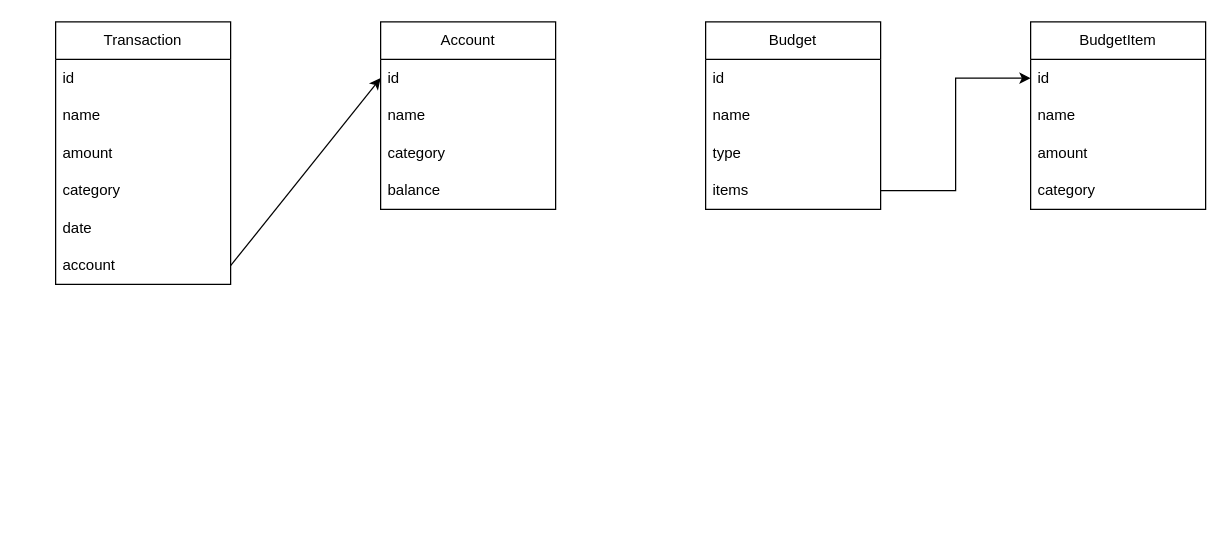
The draw.io diagram page "Modèle" (2 of 3) of doc/architecture.drawio in Sydher/FinanciCraft, before the edit. Source tidied: cells renumbered, new cells numbered last; positions are measured from the earlier drawing's top-left corner, leaving out a move shared by most shapes. Both pictures are drawn from the tidied source at 125%, with x=0, y=0 at pixel (55, 21).
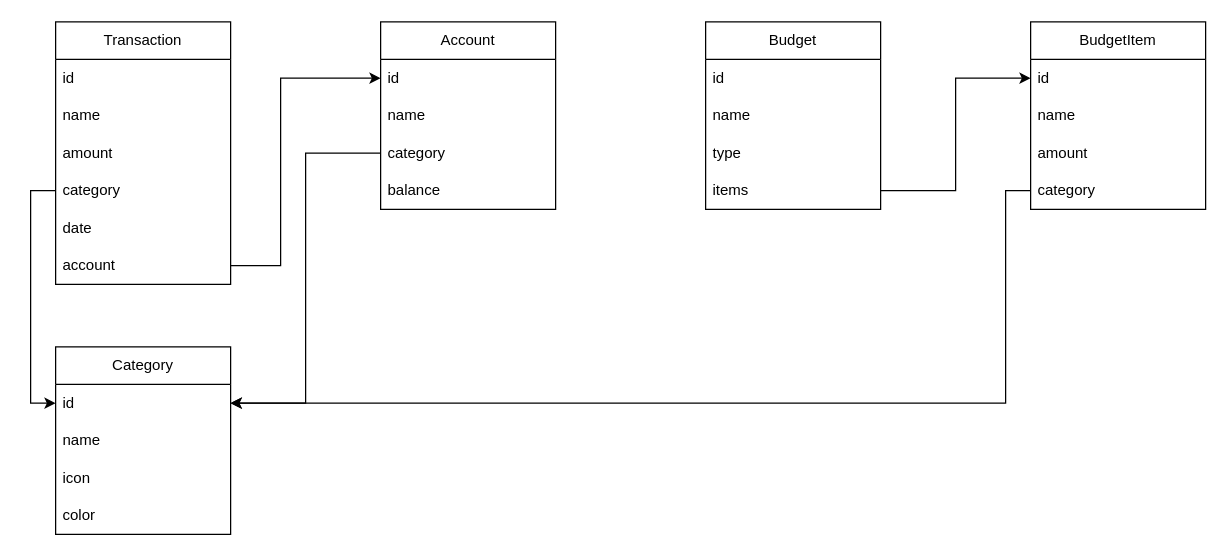
Above is the later version.

The change refers to these unchanged cells:
```xml
<mxCell id="6" value="category" style="text;strokeColor=none;fillColor=none;align=left;verticalAlign=middle;spacingLeft=4;spacingRight=4;overflow=hidden;points=[[0,0.5],[1,0.5]];portConstraint=eastwest;whiteSpace=wrap;html=1;" parent="2" vertex="1">
  <mxGeometry y="120" width="140" height="30" as="geometry" />
</mxCell>
<mxCell id="8" value="account" style="text;strokeColor=none;fillColor=none;align=left;verticalAlign=middle;spacingLeft=4;spacingRight=4;overflow=hidden;points=[[0,0.5],[1,0.5]];portConstraint=eastwest;whiteSpace=wrap;html=1;" parent="2" vertex="1">
  <mxGeometry y="180" width="140" height="30" as="geometry" />
</mxCell>
<mxCell id="10" value="id" style="text;strokeColor=none;fillColor=none;align=left;verticalAlign=middle;spacingLeft=4;spacingRight=4;overflow=hidden;points=[[0,0.5],[1,0.5]];portConstraint=eastwest;whiteSpace=wrap;html=1;" parent="9" vertex="1">
  <mxGeometry y="30" width="140" height="30" as="geometry" />
</mxCell>
<mxCell id="12" value="category" style="text;strokeColor=none;fillColor=none;align=left;verticalAlign=middle;spacingLeft=4;spacingRight=4;overflow=hidden;points=[[0,0.5],[1,0.5]];portConstraint=eastwest;whiteSpace=wrap;html=1;" parent="9" vertex="1">
  <mxGeometry y="90" width="140" height="30" as="geometry" />
</mxCell>
<mxCell id="24" value="category" style="text;strokeColor=none;fillColor=none;align=left;verticalAlign=middle;spacingLeft=4;spacingRight=4;overflow=hidden;points=[[0,0.5],[1,0.5]];portConstraint=eastwest;whiteSpace=wrap;html=1;" parent="20" vertex="1">
  <mxGeometry y="120" width="140" height="30" as="geometry" />
</mxCell>
```

The edit, as a diff of the source:
```diff
@@
     <mxCell id="14" style="endArrow=classic;html=1;rounded=0;exitX=1;exitY=0.5;exitDx=0;exitDy=0;entryX=0;entryY=0.5;entryDx=0;entryDy=0;" parent="1" edge="1" source="8" target="10">
-      <mxGeometry relative="1" as="geometry" />
+      <mxGeometry relative="1" as="geometry">
+        <Array as="points">
+          <mxPoint x="180" y="195" />
+          <mxPoint x="180" y="45" />
+        </Array>
+      </mxGeometry>
     </mxCell>
@@
+    <mxCell id="26" value="Category" style="swimlane;fontStyle=0;horizontal=1;startSize=30;whiteSpace=wrap;html=1;" parent="1" vertex="1">
+      <mxGeometry y="260" width="140" height="150" as="geometry" />
+    </mxCell>
+    <mxCell id="27" value="id" style="text;strokeColor=none;fillColor=none;align=left;verticalAlign=middle;spacingLeft=4;spacingRight=4;overflow=hidden;points=[[0,0.5],[1,0.5]];portConstraint=eastwest;whiteSpace=wrap;html=1;" parent="26" vertex="1">
+      <mxGeometry y="30" width="140" height="30" as="geometry" />
+    </mxCell>
+    <mxCell id="28" value="name" style="text;strokeColor=none;fillColor=none;align=left;verticalAlign=middle;spacingLeft=4;spacingRight=4;overflow=hidden;whiteSpace=wrap;html=1;" parent="26" vertex="1">
+      <mxGeometry y="60" width="140" height="30" as="geometry" />
+    </mxCell>
+    <mxCell id="29" value="icon" style="text;strokeColor=none;fillColor=none;align=left;verticalAlign=middle;spacingLeft=4;spacingRight=4;overflow=hidden;whiteSpace=wrap;html=1;" parent="26" vertex="1">
+      <mxGeometry y="90" width="140" height="30" as="geometry" />
+    </mxCell>
+    <mxCell id="30" value="color" style="text;strokeColor=none;fillColor=none;align=left;verticalAlign=middle;spacingLeft=4;spacingRight=4;overflow=hidden;whiteSpace=wrap;html=1;" parent="26" vertex="1">
+      <mxGeometry y="120" width="140" height="30" as="geometry" />
+    </mxCell>
+    <mxCell id="31" style="edgeStyle=orthogonalEdgeStyle;rounded=0;jettySize=auto;html=1;entryX=0;entryY=0.5;entryDx=0;entryDy=0;" parent="1" edge="1" source="6" target="27">
+      <mxGeometry relative="1" as="geometry" />
+    </mxCell>
+    <mxCell id="32" style="edgeStyle=orthogonalEdgeStyle;rounded=0;jettySize=auto;html=1;entryX=1;entryY=0.5;entryDx=0;entryDy=0;" parent="1" edge="1" source="12" target="27">
+      <mxGeometry relative="1" as="geometry" />
+    </mxCell>
+    <mxCell id="33" style="edgeStyle=orthogonalEdgeStyle;rounded=0;jettySize=auto;html=1;entryX=1;entryY=0.5;entryDx=0;entryDy=0;" parent="1" edge="1" source="24" target="27">
+      <mxGeometry relative="1" as="geometry">
+        <Array as="points">
+          <mxPoint x="760" y="135" />
+          <mxPoint x="760" y="305" />
+        </Array>
+      </mxGeometry>
+    </mxCell>
```
